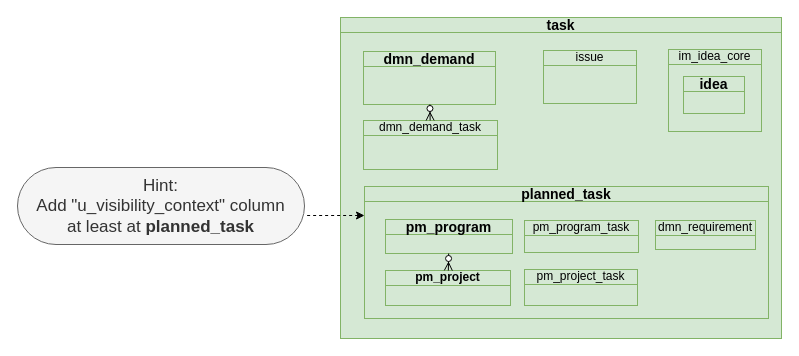
Earlier version of the draw.io diagram page "topTable" (10 of 20) of Sar.drawio (algimas/tmp). Source tidied: cells renumbered, new cells numbered last; positions are measured from the earlier drawing's top-left corner, leaving out a move shared by most shapes. Both pictures are drawn from the tidied source at 100%, with x=0, y=0 at pixel (17, 17).
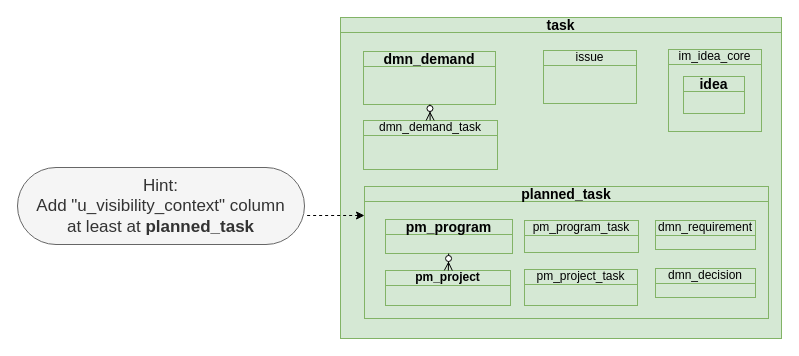
After the change.

The edit, as a diff of the source:
```diff
@@
 <mxGraphModel>
   <root>
     <mxCell id="0" />
     <mxCell id="1" parent="0" />
     <mxCell id="2" value="task" style="html=1;whiteSpace=wrap;fillColor=#d5e8d4;shape=mxgraph.archimate3.businessObject;overflow=fill;strokeColor=#82b366;fontStyle=1;fontSize=14;" parent="1" vertex="1">
       <mxGeometry x="323" width="441" height="321" as="geometry" />
     </mxCell>
     <mxCell id="3" value="dmn_demand" style="html=1;outlineConnect=0;whiteSpace=wrap;fillColor=#d5e8d4;shape=mxgraph.archimate3.businessObject;overflow=fill;strokeColor=#82b366;fontStyle=1;fontSize=14;" parent="1" vertex="1">
       <mxGeometry x="346" y="34" width="132" height="53" as="geometry" />
     </mxCell>
     <mxCell id="4" value="planned_task" style="html=1;outlineConnect=0;whiteSpace=wrap;fillColor=#d5e8d4;shape=mxgraph.archimate3.businessObject;overflow=fill;strokeColor=#82b366;fontStyle=1;fontSize=14;" parent="1" vertex="1">
       <mxGeometry x="347" y="169" width="404" height="132" as="geometry" />
     </mxCell>
     <mxCell id="5" value="dmn_demand_task" style="html=1;outlineConnect=0;whiteSpace=wrap;fillColor=#d5e8d4;shape=mxgraph.archimate3.businessObject;overflow=fill;strokeColor=#82b366;" parent="1" vertex="1">
       <mxGeometry x="346" y="103" width="134" height="49" as="geometry" />
     </mxCell>
     <mxCell id="6" style="fontSize=12;html=1;endArrow=ERzeroToMany;endFill=1;rounded=0;" parent="1" edge="1" source="3" target="5">
       <mxGeometry relative="1" as="geometry" />
     </mxCell>
     <mxCell id="7" value="im_idea_core" style="html=1;whiteSpace=wrap;fillColor=#d5e8d4;shape=mxgraph.archimate3.businessObject;overflow=fill;strokeColor=#82b366;" parent="1" vertex="1">
       <mxGeometry x="651" y="32" width="93" height="82" as="geometry" />
     </mxCell>
     <mxCell id="8" value="idea" style="html=1;whiteSpace=wrap;fillColor=#d5e8d4;shape=mxgraph.archimate3.businessObject;overflow=fill;strokeColor=#82b366;fontStyle=1;fontSize=14;" parent="1" vertex="1">
       <mxGeometry x="666" y="59" width="61" height="37" as="geometry" />
     </mxCell>
     <mxCell id="9" value="pm_project" style="html=1;outlineConnect=0;whiteSpace=wrap;fillColor=#d5e8d4;shape=mxgraph.archimate3.businessObject;overflow=fill;strokeColor=#82b366;fontStyle=1;" parent="1" vertex="1">
       <mxGeometry x="368" y="253" width="125" height="35" as="geometry" />
     </mxCell>
     <mxCell id="10" value="pm_program" style="html=1;outlineConnect=0;whiteSpace=wrap;fillColor=#d5e8d4;shape=mxgraph.archimate3.businessObject;overflow=fill;strokeColor=#82b366;fontStyle=1;fontSize=14;" parent="1" vertex="1">
       <mxGeometry x="368" y="202" width="127" height="34" as="geometry" />
     </mxCell>
     <mxCell id="11" style="fontSize=12;html=1;endArrow=ERzeroToMany;endFill=1;rounded=0;" parent="1" edge="1" source="10" target="9">
       <mxGeometry relative="1" as="geometry" />
     </mxCell>
     <mxCell id="12" value="pm_program_task" style="html=1;whiteSpace=wrap;fillColor=#d5e8d4;shape=mxgraph.archimate3.businessObject;overflow=fill;strokeColor=#82b366;" parent="1" vertex="1">
       <mxGeometry x="507" y="203" width="114" height="32" as="geometry" />
     </mxCell>
     <mxCell id="13" value="pm_project_task" style="html=1;whiteSpace=wrap;fillColor=#d5e8d4;shape=mxgraph.archimate3.businessObject;overflow=fill;strokeColor=#82b366;" parent="1" vertex="1">
       <mxGeometry x="507" y="252" width="113" height="36" as="geometry" />
     </mxCell>
     <mxCell id="14" value="issue" style="html=1;whiteSpace=wrap;fillColor=#d5e8d4;shape=mxgraph.archimate3.businessObject;overflow=fill;strokeColor=#82b366;" parent="1" vertex="1">
       <mxGeometry x="526" y="33" width="93" height="53" as="geometry" />
     </mxCell>
     <mxCell id="15" value="dmn_requirement" style="html=1;whiteSpace=wrap;fillColor=#d5e8d4;shape=mxgraph.archimate3.businessObject;overflow=fill;strokeColor=#82b366;" parent="1" vertex="1">
       <mxGeometry x="638" y="203" width="100" height="29" as="geometry" />
     </mxCell>
     <mxCell id="16" value="&lt;div&gt;Hint:&lt;/div&gt;&lt;div&gt;Add &quot;u_visibility_context&quot; column&lt;/div&gt;&lt;div&gt;at least at &lt;b&gt;planned_task&lt;/b&gt;&lt;/div&gt;" style="whiteSpace=wrap;html=1;rounded=1;arcSize=50;align=center;verticalAlign=middle;strokeWidth=1;spacing=4;newEdgeStyle={&quot;edgeStyle&quot;:&quot;entityRelationEdgeStyle&quot;,&quot;startArrow&quot;:&quot;none&quot;,&quot;endArrow&quot;:&quot;none&quot;,&quot;segment&quot;:10,&quot;curved&quot;:1,&quot;sourcePerimeterSpacing&quot;:0,&quot;targetPerimeterSpacing&quot;:0};fillColor=#f5f5f5;strokeColor=#666666;fontColor=#333333;fontSize=17;" parent="1" vertex="1">
       <mxGeometry y="150" width="287" height="77" as="geometry" />
     </mxCell>
     <mxCell id="17" style="edgeStyle=elbowEdgeStyle;startArrow=classic;endArrow=none;segment=10;sourcePerimeterSpacing=0;targetPerimeterSpacing=0;rounded=0;labelBackgroundColor=default;dashed=1;elbow=vertical;startFill=1;" parent="1" edge="1" source="4" target="16">
       <mxGeometry relative="1" as="geometry" />
     </mxCell>
+    <mxCell id="18" value="dmn_decision" style="html=1;whiteSpace=wrap;fillColor=#d5e8d4;shape=mxgraph.archimate3.businessObject;overflow=fill;strokeColor=#82b366;" parent="1" vertex="1">
+      <mxGeometry x="638" y="251" width="100" height="29" as="geometry" />
+    </mxCell>
   </root>
 </mxGraphModel>
```
